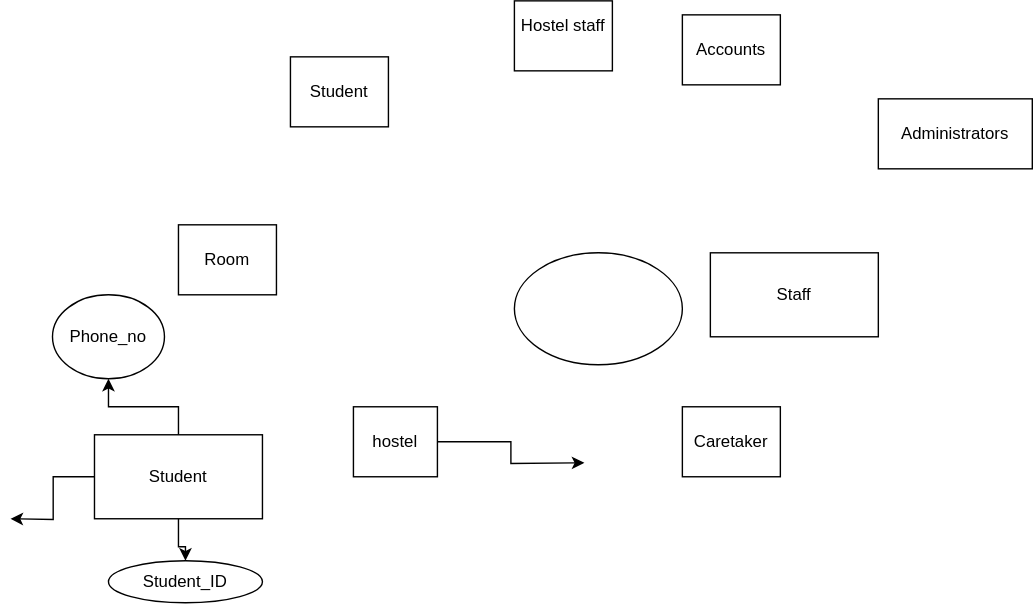
The draw.io diagram hostel_management.drawio.svg in Zeven100/hostel_management, before a commit. Source tidied: cells renumbered, new cells last; positions are measured from the earlier drawing's top-left corner, leaving out a move shared by most shapes.
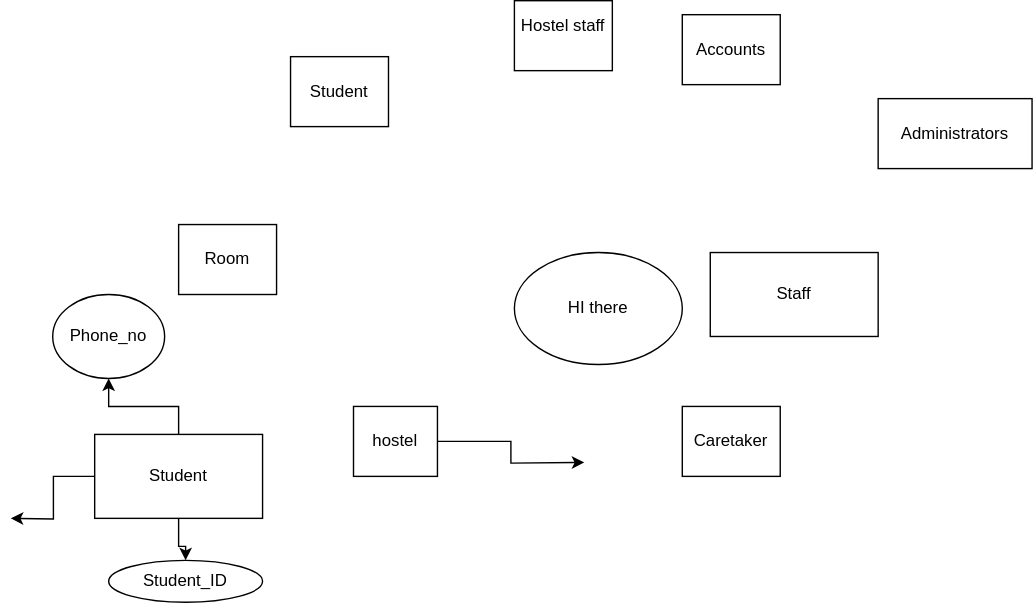
Later version of the same file.

Change to the diagram source:
```diff
@@ -48,7 +48,7 @@
     <mxCell id="15" value="Student_ID" style="ellipse;whiteSpace=wrap;html=1;" parent="1" vertex="1">
       <mxGeometry x="70" y="400" width="110" height="30" as="geometry" />
     </mxCell>
-    <mxCell id="16" style="ellipse;whiteSpace=wrap;html=1;" parent="1" vertex="1">
+    <mxCell id="16" value="HI there" style="ellipse;whiteSpace=wrap;html=1;" parent="1" vertex="1">
       <mxGeometry x="360" y="180" width="120" height="80" as="geometry" />
     </mxCell>
     <mxCell id="17" value="Phone_no" style="ellipse;whiteSpace=wrap;html=1;" parent="1" vertex="1">
```
